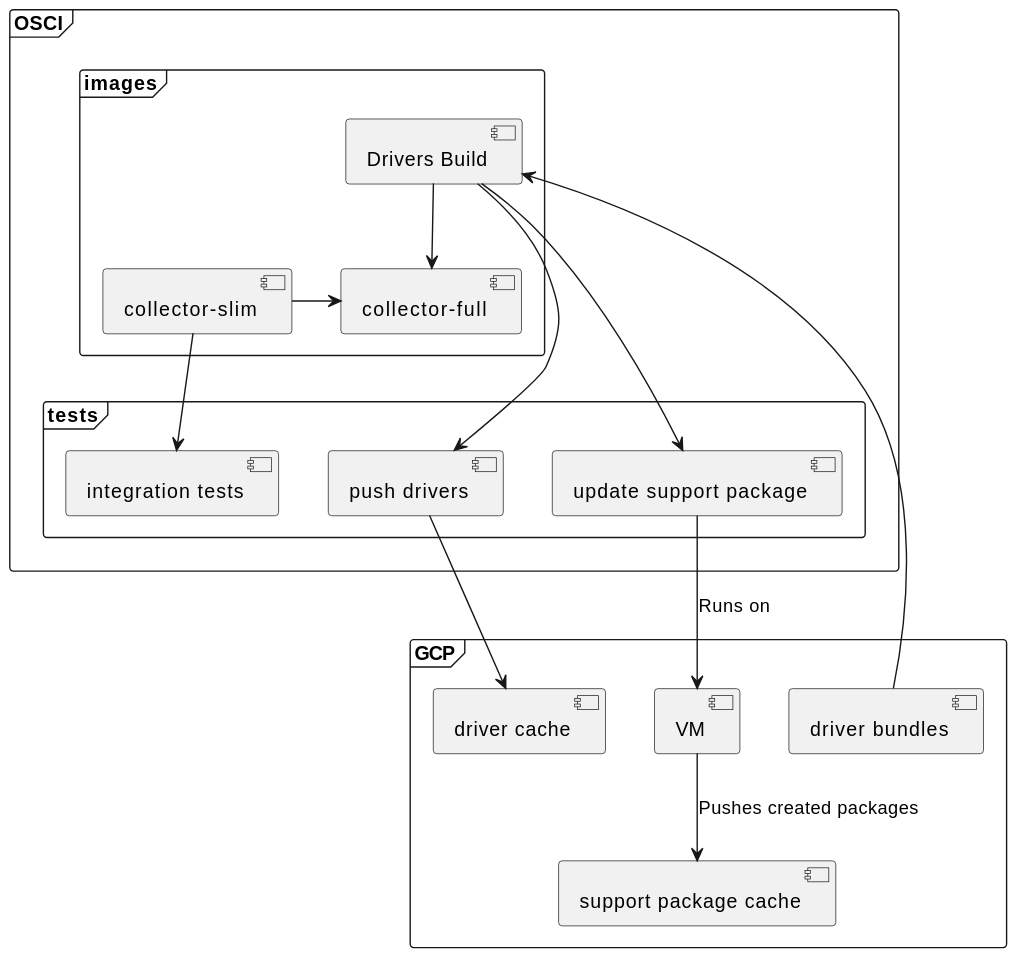
The PlantUML diagram docs/imgs/driver-flow.svg in stackrox/collector, before a commit. The source it was exported from:
```plantuml
@startuml

frame "GCP" {
    component [driver cache] as dcache
    component [driver bundles] as dbundles
    component VM
    component [support package cache] as supacache

    VM --> supacache: Pushes created packages
}

frame OSCI {
    frame images {
        component [Drivers Build] as dbuild

        dbundles --> dbuild
        [collector-slim] -> [collector-full]
        dbuild --> [collector-full]
    }

    frame tests {
        component [integration tests] as its
        component [push drivers] as dpush
        component [update support package] as updatesupa

        [collector-slim] --> its
        dbuild --> dpush
        dpush --> dcache
        dbuild --> updatesupa
        updatesupa --> VM : Runs on
    }
}
@enduml
```
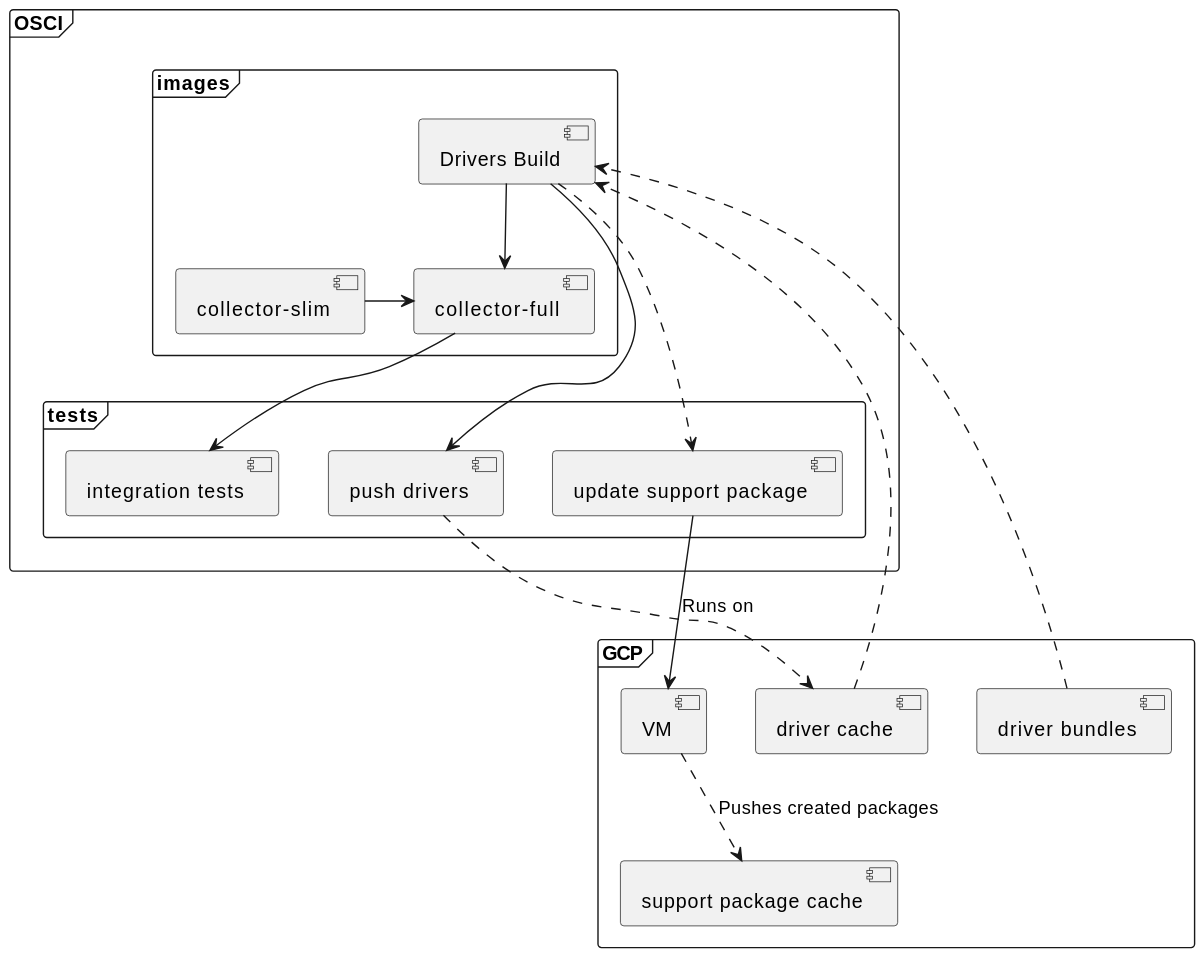
The same file after the commit.

Change to the diagram source:
```diff
@@ -6,14 +6,14 @@
     component VM
     component [support package cache] as supacache
 
-    VM --> supacache: Pushes created packages
+    VM -.> supacache: Pushes created packages
 }
 
 frame OSCI {
     frame images {
         component [Drivers Build] as dbuild
 
-        dbundles --> dbuild
+        dbundles ..> dbuild
         [collector-slim] -> [collector-full]
         dbuild --> [collector-full]
     }
@@ -23,10 +23,11 @@
         component [push drivers] as dpush
         component [update support package] as updatesupa
 
-        [collector-slim] --> its
+        [collector-full] --> its
         dbuild --> dpush
-        dpush --> dcache
-        dbuild --> updatesupa
+        dpush ..> dcache
+        dcache ..> dbuild
+        dbuild ..> updatesupa
         updatesupa --> VM : Runs on
     }
 }
```
